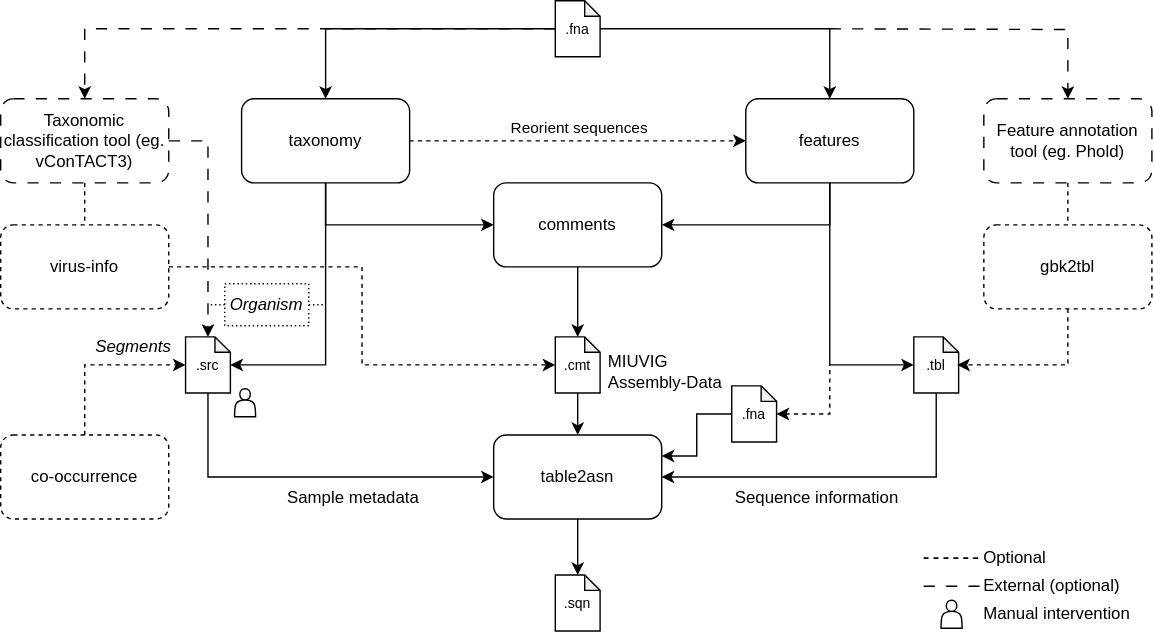
This is _images/suvtk_diagram_light.svg from LanderDC/suvtk, a draw.io export, as it was before one commit. Source tidied: cells renumbered, new cells last; positions are measured from the earlier drawing's top-left corner, leaving out a move shared by most shapes.
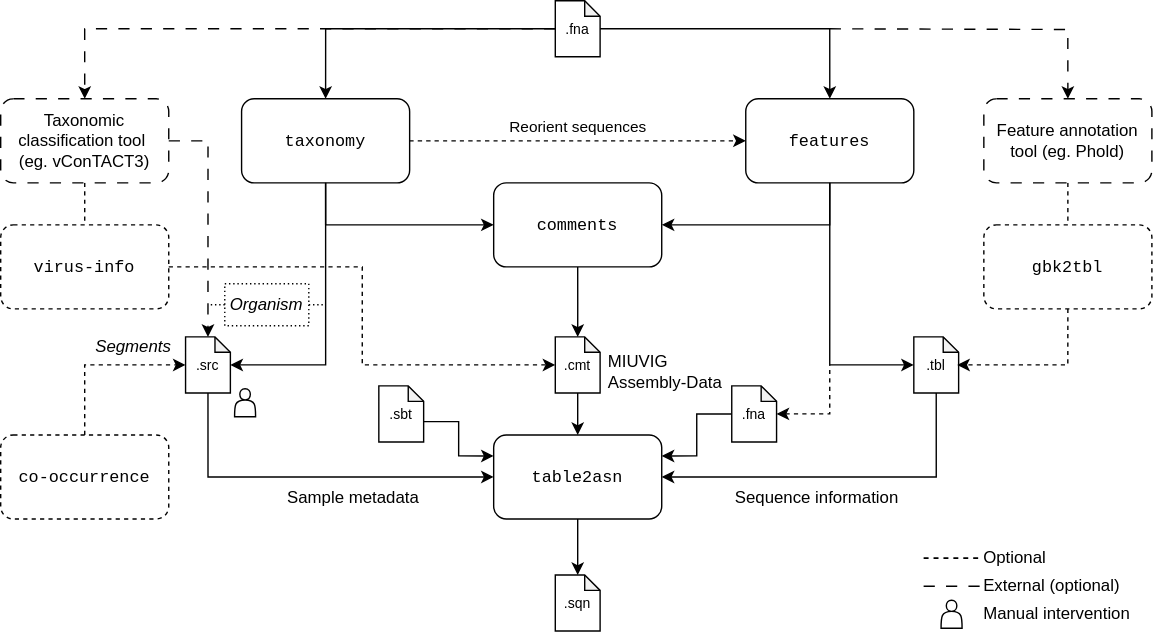
Above is the later version.

What changed in the source:
```diff
@@ -13,13 +13,13 @@
     <mxCell id="4" style="edgeStyle=orthogonalEdgeStyle;rounded=0;jettySize=auto;html=1;exitX=0.5;exitY=1;exitDx=0;exitDy=0;entryX=0;entryY=0.5;entryDx=0;entryDy=0;" parent="1" edge="1" source="5" target="9">
       <mxGeometry relative="1" as="geometry" />
     </mxCell>
-    <mxCell id="5" value="taxonomy" style="rounded=1;whiteSpace=wrap;html=1;" parent="1" vertex="1">
+    <mxCell id="5" value="&lt;font face=&quot;Courier New&quot;&gt;taxonomy&lt;/font&gt;" style="rounded=1;whiteSpace=wrap;html=1;" parent="1" vertex="1">
       <mxGeometry x="172" y="70" width="120" height="60" as="geometry" />
     </mxCell>
     <mxCell id="6" style="edgeStyle=orthogonalEdgeStyle;rounded=0;jettySize=auto;html=1;exitX=0.5;exitY=1;exitDx=0;exitDy=0;entryX=1;entryY=0.5;entryDx=0;entryDy=0;" parent="1" edge="1" source="7" target="9">
       <mxGeometry relative="1" as="geometry" />
     </mxCell>
-    <mxCell id="7" value="features" style="rounded=1;whiteSpace=wrap;html=1;" parent="1" vertex="1">
+    <mxCell id="7" value="&lt;font face=&quot;Courier New&quot;&gt;features&lt;/font&gt;" style="rounded=1;whiteSpace=wrap;html=1;" parent="1" vertex="1">
       <mxGeometry x="532" y="70" width="120" height="60" as="geometry" />
     </mxCell>
     <mxCell id="8" style="edgeStyle=orthogonalEdgeStyle;rounded=0;jettySize=auto;html=1;exitX=0.5;exitY=1;exitDx=0;exitDy=0;" parent="1" edge="1" source="9">
@@ -27,10 +27,10 @@
         <mxPoint x="412" y="240" as="targetPoint" />
       </mxGeometry>
     </mxCell>
-    <mxCell id="9" value="comments" style="rounded=1;whiteSpace=wrap;html=1;" parent="1" vertex="1">
+    <mxCell id="9" value="&lt;font face=&quot;Courier New&quot;&gt;comments&lt;/font&gt;" style="rounded=1;whiteSpace=wrap;html=1;" parent="1" vertex="1">
       <mxGeometry x="352" y="130" width="120" height="60" as="geometry" />
     </mxCell>
-    <mxCell id="10" value="virus-info" style="rounded=1;whiteSpace=wrap;html=1;dashed=1;" parent="1" vertex="1">
+    <mxCell id="10" value="&lt;font face=&quot;Courier New&quot;&gt;virus-info&lt;/font&gt;" style="rounded=1;whiteSpace=wrap;html=1;dashed=1;" parent="1" vertex="1">
       <mxGeometry y="160" width="120" height="60" as="geometry" />
     </mxCell>
     <mxCell id="11" style="edgeStyle=orthogonalEdgeStyle;rounded=0;orthogonalLoop=1;jettySize=auto;html=1;" parent="1" edge="1">
@@ -45,7 +45,7 @@
         <mxPoint x="412" y="300" as="targetPoint" />
       </mxGeometry>
     </mxCell>
-    <mxCell id="13" value="table2asn" style="rounded=1;whiteSpace=wrap;html=1;" parent="1" vertex="1">
+    <mxCell id="13" value="&lt;font face=&quot;Courier New&quot;&gt;table2asn&lt;/font&gt;" style="rounded=1;whiteSpace=wrap;html=1;" parent="1" vertex="1">
       <mxGeometry x="352" y="310" width="120" height="60" as="geometry" />
     </mxCell>
     <mxCell id="14" style="edgeStyle=orthogonalEdgeStyle;rounded=0;jettySize=auto;html=1;exitX=0.5;exitY=1;exitDx=0;exitDy=0;" parent="1" edge="1" source="19">
@@ -53,7 +53,7 @@
         <mxPoint x="412" y="310" as="targetPoint" />
       </mxGeometry>
     </mxCell>
-    <mxCell id="15" value="gbk2tbl" style="rounded=1;whiteSpace=wrap;html=1;dashed=1;" parent="1" vertex="1">
+    <mxCell id="15" value="&lt;font face=&quot;Courier New&quot;&gt;gbk2tbl&lt;/font&gt;" style="rounded=1;whiteSpace=wrap;html=1;dashed=1;" parent="1" vertex="1">
       <mxGeometry x="702" y="160" width="120" height="60" as="geometry" />
     </mxCell>
     <mxCell id="16" style="edgeStyle=orthogonalEdgeStyle;rounded=0;jettySize=auto;html=1;exitX=0.5;exitY=1;exitDx=0;exitDy=0;exitPerimeter=0;entryX=0;entryY=0.5;entryDx=0;entryDy=0;" parent="1" edge="1" source="17" target="13">
@@ -140,7 +140,7 @@
     <mxCell id="39" value="Sequence information" style="text;html=1;align=center;verticalAlign=middle;whiteSpace=wrap;rounded=0;" parent="1" vertex="1">
       <mxGeometry x="503" y="340" width="160" height="30" as="geometry" />
     </mxCell>
-    <mxCell id="40" value="co-occurrence" style="rounded=1;whiteSpace=wrap;html=1;dashed=1;" parent="1" vertex="1">
+    <mxCell id="40" value="&lt;font face=&quot;Courier New&quot;&gt;co-occurrence&lt;/font&gt;" style="rounded=1;whiteSpace=wrap;html=1;dashed=1;" parent="1" vertex="1">
       <mxGeometry y="310" width="120" height="60" as="geometry" />
     </mxCell>
     <mxCell id="41" style="edgeStyle=orthogonalEdgeStyle;rounded=0;jettySize=auto;html=1;exitX=0.5;exitY=1;exitDx=0;exitDy=0;entryX=0.5;entryY=0;entryDx=0;entryDy=0;dashed=1;endArrow=none;startFill=0;" parent="1" edge="1" source="42" target="15">
@@ -186,7 +186,7 @@
     <mxCell id="53" style="edgeStyle=orthogonalEdgeStyle;rounded=0;jettySize=auto;html=1;exitX=0.5;exitY=1;exitDx=0;exitDy=0;entryX=0.5;entryY=0;entryDx=0;entryDy=0;dashed=1;endArrow=none;startFill=0;" parent="1" edge="1" source="54" target="10">
       <mxGeometry relative="1" as="geometry" />
     </mxCell>
-    <mxCell id="54" value="Taxonomic classification tool (eg. vConTACT3)" style="rounded=1;whiteSpace=wrap;html=1;dashed=1;dashPattern=8 8;" parent="1" vertex="1">
+    <mxCell id="54" value="Taxonomic classification tool&amp;nbsp;&lt;div&gt;(eg. vConTACT3)&lt;/div&gt;" style="rounded=1;whiteSpace=wrap;html=1;dashed=1;dashPattern=8 8;" parent="1" vertex="1">
       <mxGeometry y="70" width="120" height="60" as="geometry" />
     </mxCell>
     <mxCell id="55" style="edgeStyle=orthogonalEdgeStyle;rounded=0;jettySize=auto;html=1;exitX=1;exitY=0.5;exitDx=0;exitDy=0;entryX=0.5;entryY=0;entryDx=0;entryDy=0;entryPerimeter=0;dashed=1;dashPattern=8 8;" parent="1" edge="1" source="54" target="17">
@@ -195,5 +195,11 @@
     <mxCell id="56" style="edgeStyle=elbowEdgeStyle;rounded=0;jettySize=auto;html=1;exitX=1;exitY=0.5;exitDx=0;exitDy=0;entryX=0;entryY=0.5;entryDx=0;entryDy=0;entryPerimeter=0;dashed=1;" parent="1" edge="1" source="10" target="19">
       <mxGeometry relative="1" as="geometry" />
     </mxCell>
+    <mxCell id="57" style="edgeStyle=orthogonalEdgeStyle;rounded=0;jettySize=auto;html=1;exitX=0;exitY=0;exitDx=32;exitDy=25.5;exitPerimeter=0;entryX=0;entryY=0.25;entryDx=0;entryDy=0;" parent="1" edge="1" source="58" target="13">
+      <mxGeometry relative="1" as="geometry" />
+    </mxCell>
+    <mxCell id="58" value="&lt;font style=&quot;font-size: 10px;&quot;&gt;.sbt&lt;/font&gt;" style="shape=note;whiteSpace=wrap;html=1;backgroundOutline=1;darkOpacity=0.05;size=11;" parent="1" vertex="1">
+      <mxGeometry x="270" y="275" width="32" height="40" as="geometry" />
+    </mxCell>
   </root>
 </mxGraphModel>
```
